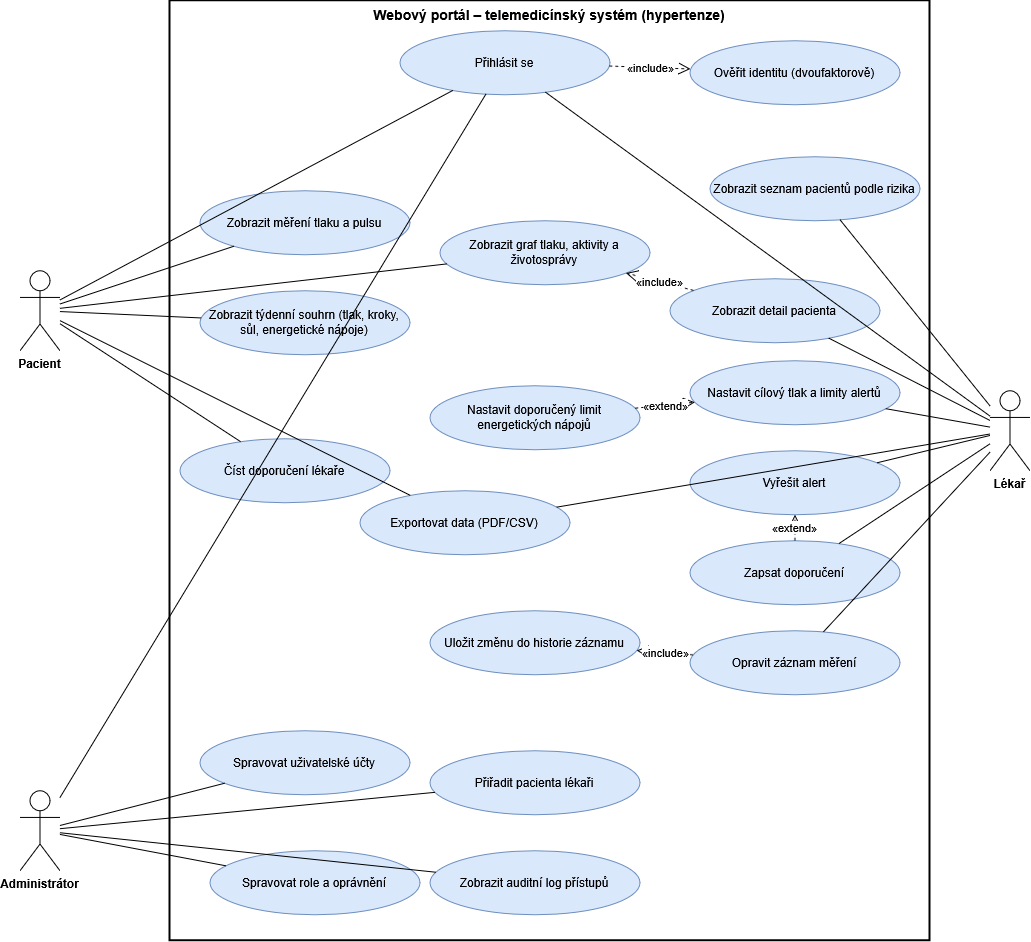
stastmar/SI_projekt keeps this draw.io diagram as Sabi/UC_webovy_portal.png. Above is the earlier version. Source tidied: cells renumbered, new cells last; positions are measured from the earlier drawing's top-left corner, leaving out a move shared by most shapes. The source it was exported from:
```xml
<mxGraphModel>
  <root>
    <mxCell id="0" />
    <mxCell id="1" parent="0" />
    <mxCell id="2" value="Webový portál – telemedicínský systém (hypertenze)" style="rounded=0;whiteSpace=wrap;html=1;fillColor=none;verticalAlign=top;align=center;fontStyle=1;fontSize=14;strokeWidth=2;" parent="1" vertex="1">
      <mxGeometry x="150.4" y="0.1" width="760" height="940" as="geometry" />
    </mxCell>
    <mxCell id="3" value="Pacient" style="shape=umlActor;verticalLabelPosition=bottom;verticalAlign=top;html=1;outlineConnect=0;fontStyle=1;" parent="1" vertex="1">
      <mxGeometry x="0.4" y="270.1" width="40" height="80" as="geometry" />
    </mxCell>
    <mxCell id="4" value="Lékař" style="shape=umlActor;verticalLabelPosition=bottom;verticalAlign=top;html=1;outlineConnect=0;fontStyle=1;" parent="1" vertex="1">
      <mxGeometry x="970.4" y="390.1" width="40" height="80" as="geometry" />
    </mxCell>
    <mxCell id="5" value="Administrátor" style="shape=umlActor;verticalLabelPosition=bottom;verticalAlign=top;html=1;outlineConnect=0;fontStyle=1;" parent="1" vertex="1">
      <mxGeometry x="0.4" y="790.1" width="40" height="80" as="geometry" />
    </mxCell>
    <mxCell id="6" value="Přihlásit se" style="ellipse;whiteSpace=wrap;html=1;fillColor=#dae8fc;strokeColor=#6c8ebf;fontSize=12;" parent="1" vertex="1">
      <mxGeometry x="380.4" y="30.1" width="210" height="64" as="geometry" />
    </mxCell>
    <mxCell id="7" value="Ověřit identitu (dvoufaktorově)" style="ellipse;whiteSpace=wrap;html=1;fillColor=#dae8fc;strokeColor=#6c8ebf;fontSize=12;" parent="1" vertex="1">
      <mxGeometry x="670.4" y="40.1" width="210" height="64" as="geometry" />
    </mxCell>
    <mxCell id="8" value="Zobrazit měření tlaku a pulsu" style="ellipse;whiteSpace=wrap;html=1;fillColor=#dae8fc;strokeColor=#6c8ebf;fontSize=12;" parent="1" vertex="1">
      <mxGeometry x="180.4" y="190.1" width="210" height="64" as="geometry" />
    </mxCell>
    <mxCell id="9" value="Zobrazit týdenní souhrn (tlak, kroky, sůl, energetické nápoje)" style="ellipse;whiteSpace=wrap;html=1;fillColor=#dae8fc;strokeColor=#6c8ebf;fontSize=12;" parent="1" vertex="1">
      <mxGeometry x="180.4" y="290.1" width="210" height="64" as="geometry" />
    </mxCell>
    <mxCell id="10" value="Číst doporučení lékaře" style="ellipse;whiteSpace=wrap;html=1;fillColor=#dae8fc;strokeColor=#6c8ebf;fontSize=12;" parent="1" vertex="1">
      <mxGeometry x="160.4" y="438.1" width="210" height="64" as="geometry" />
    </mxCell>
    <mxCell id="11" value="Zobrazit graf tlaku, aktivity a životosprávy" style="ellipse;whiteSpace=wrap;html=1;fillColor=#dae8fc;strokeColor=#6c8ebf;fontSize=12;" parent="1" vertex="1">
      <mxGeometry x="420.4" y="220.1" width="210" height="64" as="geometry" />
    </mxCell>
    <mxCell id="12" value="Exportovat data (PDF/CSV)" style="ellipse;whiteSpace=wrap;html=1;fillColor=#dae8fc;strokeColor=#6c8ebf;fontSize=12;" parent="1" vertex="1">
      <mxGeometry x="340.4" y="490.1" width="210" height="64" as="geometry" />
    </mxCell>
    <mxCell id="13" value="Zobrazit seznam pacientů podle rizika" style="ellipse;whiteSpace=wrap;html=1;fillColor=#dae8fc;strokeColor=#6c8ebf;fontSize=12;" parent="1" vertex="1">
      <mxGeometry x="690.4" y="156.1" width="210" height="64" as="geometry" />
    </mxCell>
    <mxCell id="14" value="Zobrazit detail pacienta" style="ellipse;whiteSpace=wrap;html=1;fillColor=#dae8fc;strokeColor=#6c8ebf;fontSize=12;" parent="1" vertex="1">
      <mxGeometry x="650.4" y="278.1" width="210" height="64" as="geometry" />
    </mxCell>
    <mxCell id="15" value="Nastavit cílový tlak a limity alertů" style="ellipse;whiteSpace=wrap;html=1;fillColor=#dae8fc;strokeColor=#6c8ebf;fontSize=12;" parent="1" vertex="1">
      <mxGeometry x="670.4" y="360.1" width="210" height="64" as="geometry" />
    </mxCell>
    <mxCell id="16" value="Vyřešit alert" style="ellipse;whiteSpace=wrap;html=1;fillColor=#dae8fc;strokeColor=#6c8ebf;fontSize=12;" parent="1" vertex="1">
      <mxGeometry x="670.4" y="450.1" width="210" height="64" as="geometry" />
    </mxCell>
    <mxCell id="17" value="Opravit záznam měření" style="ellipse;whiteSpace=wrap;html=1;fillColor=#dae8fc;strokeColor=#6c8ebf;fontSize=12;" parent="1" vertex="1">
      <mxGeometry x="670.4" y="630.1" width="210" height="64" as="geometry" />
    </mxCell>
    <mxCell id="18" value="Zapsat doporučení" style="ellipse;whiteSpace=wrap;html=1;fillColor=#dae8fc;strokeColor=#6c8ebf;fontSize=12;" parent="1" vertex="1">
      <mxGeometry x="670.4" y="540.1" width="210" height="64" as="geometry" />
    </mxCell>
    <mxCell id="19" value="Nastavit doporučený limit energetických nápojů" style="ellipse;whiteSpace=wrap;html=1;fillColor=#dae8fc;strokeColor=#6c8ebf;fontSize=12;" parent="1" vertex="1">
      <mxGeometry x="410.4" y="385.1" width="210" height="64" as="geometry" />
    </mxCell>
    <mxCell id="20" value="Uložit změnu do historie záznamu" style="ellipse;whiteSpace=wrap;html=1;fillColor=#dae8fc;strokeColor=#6c8ebf;fontSize=12;" parent="1" vertex="1">
      <mxGeometry x="410.4" y="610.1" width="210" height="64" as="geometry" />
    </mxCell>
    <mxCell id="21" value="Spravovat uživatelské účty" style="ellipse;whiteSpace=wrap;html=1;fillColor=#dae8fc;strokeColor=#6c8ebf;fontSize=12;" parent="1" vertex="1">
      <mxGeometry x="180.4" y="730.1" width="210" height="64" as="geometry" />
    </mxCell>
    <mxCell id="22" value="Spravovat role a oprávnění" style="ellipse;whiteSpace=wrap;html=1;fillColor=#dae8fc;strokeColor=#6c8ebf;fontSize=12;" parent="1" vertex="1">
      <mxGeometry x="190.4" y="850.1" width="210" height="64" as="geometry" />
    </mxCell>
    <mxCell id="23" value="Přiřadit pacienta lékaři" style="ellipse;whiteSpace=wrap;html=1;fillColor=#dae8fc;strokeColor=#6c8ebf;fontSize=12;" parent="1" vertex="1">
      <mxGeometry x="410.4" y="750.1" width="210" height="64" as="geometry" />
    </mxCell>
    <mxCell id="24" value="Zobrazit auditní log přístupů" style="ellipse;whiteSpace=wrap;html=1;fillColor=#dae8fc;strokeColor=#6c8ebf;fontSize=12;" parent="1" vertex="1">
      <mxGeometry x="410.4" y="850.1" width="210" height="64" as="geometry" />
    </mxCell>
    <mxCell id="25" style="endArrow=none;html=1;" parent="1" edge="1" source="3" target="6">
      <mxGeometry relative="1" as="geometry" />
    </mxCell>
    <mxCell id="26" style="endArrow=none;html=1;" parent="1" edge="1" source="3" target="8">
      <mxGeometry relative="1" as="geometry" />
    </mxCell>
    <mxCell id="27" style="endArrow=none;html=1;" parent="1" edge="1" source="3" target="9">
      <mxGeometry relative="1" as="geometry" />
    </mxCell>
    <mxCell id="28" style="endArrow=none;html=1;" parent="1" edge="1" source="3" target="10">
      <mxGeometry relative="1" as="geometry" />
    </mxCell>
    <mxCell id="29" style="endArrow=none;html=1;" parent="1" edge="1" source="3" target="11">
      <mxGeometry relative="1" as="geometry" />
    </mxCell>
    <mxCell id="30" style="endArrow=none;html=1;" parent="1" edge="1" source="3" target="12">
      <mxGeometry relative="1" as="geometry" />
    </mxCell>
    <mxCell id="31" style="endArrow=none;html=1;" parent="1" edge="1" source="4" target="6">
      <mxGeometry relative="1" as="geometry" />
    </mxCell>
    <mxCell id="32" style="endArrow=none;html=1;" parent="1" edge="1" source="4" target="13">
      <mxGeometry relative="1" as="geometry" />
    </mxCell>
    <mxCell id="33" style="endArrow=none;html=1;" parent="1" edge="1" source="4" target="14">
      <mxGeometry relative="1" as="geometry" />
    </mxCell>
    <mxCell id="34" style="endArrow=none;html=1;" parent="1" edge="1" source="4" target="15">
      <mxGeometry relative="1" as="geometry" />
    </mxCell>
    <mxCell id="35" style="endArrow=none;html=1;" parent="1" edge="1" source="4" target="16">
      <mxGeometry relative="1" as="geometry" />
    </mxCell>
    <mxCell id="36" style="endArrow=none;html=1;" parent="1" edge="1" source="4" target="17">
      <mxGeometry relative="1" as="geometry" />
    </mxCell>
    <mxCell id="37" style="endArrow=none;html=1;" parent="1" edge="1" source="4" target="18">
      <mxGeometry relative="1" as="geometry" />
    </mxCell>
    <mxCell id="38" style="endArrow=none;html=1;" parent="1" edge="1" source="4" target="12">
      <mxGeometry relative="1" as="geometry" />
    </mxCell>
    <mxCell id="39" style="endArrow=none;html=1;" parent="1" edge="1" source="5" target="6">
      <mxGeometry relative="1" as="geometry" />
    </mxCell>
    <mxCell id="40" style="endArrow=none;html=1;" parent="1" edge="1" source="5" target="21">
      <mxGeometry relative="1" as="geometry" />
    </mxCell>
    <mxCell id="41" style="endArrow=none;html=1;" parent="1" edge="1" source="5" target="22">
      <mxGeometry relative="1" as="geometry" />
    </mxCell>
    <mxCell id="42" style="endArrow=none;html=1;" parent="1" edge="1" source="5" target="23">
      <mxGeometry relative="1" as="geometry" />
    </mxCell>
    <mxCell id="43" style="endArrow=none;html=1;" parent="1" edge="1" source="5" target="24">
      <mxGeometry relative="1" as="geometry" />
    </mxCell>
    <mxCell id="44" value="«include»" style="endArrow=open;dashed=1;html=1;endSize=10;fontSize=11;" parent="1" edge="1" source="6" target="7">
      <mxGeometry relative="1" as="geometry" />
    </mxCell>
    <mxCell id="45" value="«include»" style="endArrow=open;dashed=1;html=1;endSize=10;fontSize=11;" parent="1" edge="1" source="14" target="11">
      <mxGeometry relative="1" as="geometry" />
    </mxCell>
    <mxCell id="46" value="«include»" style="endArrow=open;dashed=1;html=1;endSize=10;fontSize=11;" parent="1" edge="1" source="17" target="20">
      <mxGeometry relative="1" as="geometry" />
    </mxCell>
    <mxCell id="47" value="«extend»" style="endArrow=open;dashed=1;html=1;endSize=10;fontSize=11;" parent="1" edge="1" source="19" target="15">
      <mxGeometry relative="1" as="geometry" />
    </mxCell>
    <mxCell id="48" value="«extend»" style="endArrow=open;dashed=1;html=1;endSize=10;fontSize=11;" parent="1" edge="1" source="18" target="16">
      <mxGeometry relative="1" as="geometry" />
    </mxCell>
  </root>
</mxGraphModel>
```
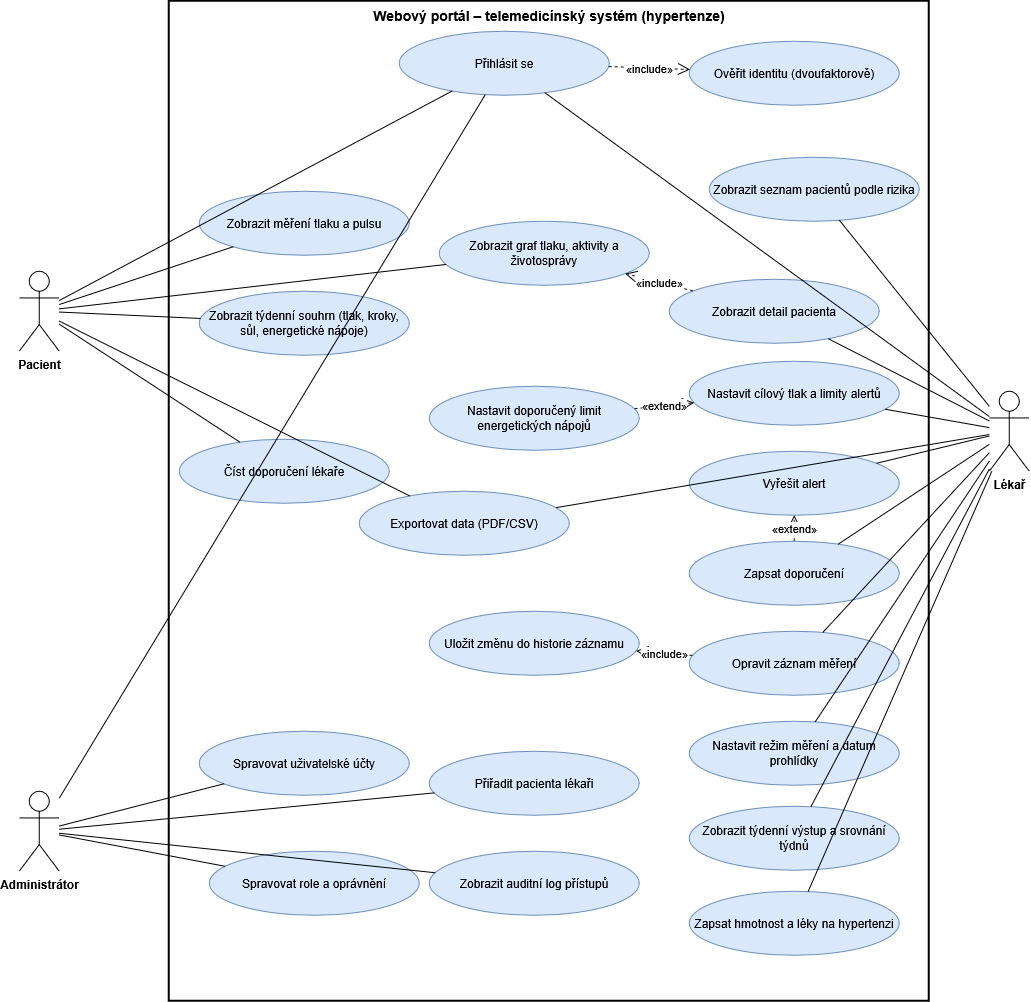
Above is the later version.

Commit message:
Portal: PNG stavoveho diagramu alertu a use case diagramu po konzultaci s lekarem

Diff of the diagram source:
```diff
@@ -3,7 +3,7 @@
     <mxCell id="0" />
     <mxCell id="1" parent="0" />
     <mxCell id="2" value="Webový portál – telemedicínský systém (hypertenze)" style="rounded=0;whiteSpace=wrap;html=1;fillColor=none;verticalAlign=top;align=center;fontStyle=1;fontSize=14;strokeWidth=2;" parent="1" vertex="1">
-      <mxGeometry x="150.4" y="0.1" width="760" height="940" as="geometry" />
+      <mxGeometry x="150.4" y="0.1" width="760" height="1000" as="geometry" />
     </mxCell>
     <mxCell id="3" value="Pacient" style="shape=umlActor;verticalLabelPosition=bottom;verticalAlign=top;html=1;outlineConnect=0;fontStyle=1;" parent="1" vertex="1">
       <mxGeometry x="0.4" y="270.1" width="40" height="80" as="geometry" />
@@ -143,5 +143,23 @@
     <mxCell id="48" value="«extend»" style="endArrow=open;dashed=1;html=1;endSize=10;fontSize=11;" parent="1" edge="1" source="18" target="16">
       <mxGeometry relative="1" as="geometry" />
     </mxCell>
+    <mxCell id="49" value="Nastavit režim měření a datum prohlídky" style="ellipse;whiteSpace=wrap;html=1;fillColor=#dae8fc;strokeColor=#6c8ebf;fontSize=12;" parent="1" vertex="1">
+      <mxGeometry x="670.4" y="720.1" width="210" height="64" as="geometry" />
+    </mxCell>
+    <mxCell id="50" value="Zobrazit týdenní výstup a srovnání týdnů" style="ellipse;whiteSpace=wrap;html=1;fillColor=#dae8fc;strokeColor=#6c8ebf;fontSize=12;" parent="1" vertex="1">
+      <mxGeometry x="670.4" y="805.1" width="210" height="64" as="geometry" />
+    </mxCell>
+    <mxCell id="51" value="Zapsat hmotnost a léky na hypertenzi" style="ellipse;whiteSpace=wrap;html=1;fillColor=#dae8fc;strokeColor=#6c8ebf;fontSize=12;" parent="1" vertex="1">
+      <mxGeometry x="670.4" y="890.1" width="210" height="64" as="geometry" />
+    </mxCell>
+    <mxCell id="52" style="endArrow=none;html=1;" parent="1" edge="1" source="4" target="49">
+      <mxGeometry relative="1" as="geometry" />
+    </mxCell>
+    <mxCell id="53" style="endArrow=none;html=1;" parent="1" edge="1" source="4" target="50">
+      <mxGeometry relative="1" as="geometry" />
+    </mxCell>
+    <mxCell id="54" style="endArrow=none;html=1;" parent="1" edge="1" source="4" target="51">
+      <mxGeometry relative="1" as="geometry" />
+    </mxCell>
   </root>
 </mxGraphModel>
```
